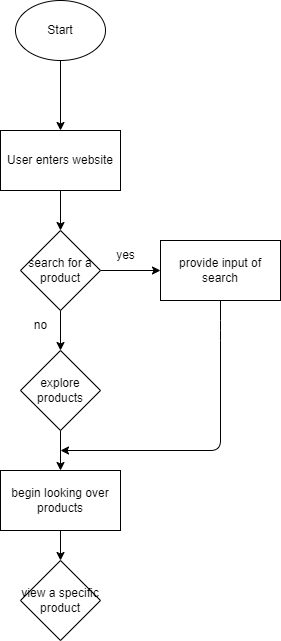
Above: explore/diagramming/diagram.drawio.png in kieraliz/sp24-cse110-lab4 (draw.io), before the change. Source tidied: cells renumbered, new cells last; positions are measured from the earlier drawing's top-left corner, leaving out a move shared by most shapes. Its diagram source:
```xml
<mxGraphModel>
  <root>
    <mxCell id="0" />
    <mxCell id="1" parent="0" />
    <mxCell id="2" style="edgeStyle=none;html=1;exitX=0.5;exitY=1;exitDx=0;exitDy=0;entryX=0.5;entryY=0;entryDx=0;entryDy=0;" parent="1" edge="1" source="3" target="5">
      <mxGeometry relative="1" as="geometry" />
    </mxCell>
    <mxCell id="3" value="Start" style="ellipse;whiteSpace=wrap;html=1;" parent="1" vertex="1">
      <mxGeometry x="15" width="90" height="60" as="geometry" />
    </mxCell>
    <mxCell id="4" style="edgeStyle=none;html=1;exitX=0.5;exitY=1;exitDx=0;exitDy=0;entryX=0.5;entryY=0;entryDx=0;entryDy=0;" parent="1" edge="1" source="5" target="8">
      <mxGeometry relative="1" as="geometry" />
    </mxCell>
    <mxCell id="5" value="User enters website" style="rounded=0;whiteSpace=wrap;html=1;" parent="1" vertex="1">
      <mxGeometry y="130" width="120" height="60" as="geometry" />
    </mxCell>
    <mxCell id="6" style="edgeStyle=none;html=1;exitX=0.5;exitY=1;exitDx=0;exitDy=0;entryX=0.5;entryY=0;entryDx=0;entryDy=0;" parent="1" edge="1" source="8" target="10">
      <mxGeometry relative="1" as="geometry" />
    </mxCell>
    <mxCell id="7" style="edgeStyle=none;html=1;exitX=1;exitY=0.5;exitDx=0;exitDy=0;entryX=0;entryY=0.5;entryDx=0;entryDy=0;" parent="1" edge="1" source="8" target="12">
      <mxGeometry relative="1" as="geometry" />
    </mxCell>
    <mxCell id="8" value="search for a product" style="rhombus;whiteSpace=wrap;html=1;" parent="1" vertex="1">
      <mxGeometry x="20" y="230" width="80" height="80" as="geometry" />
    </mxCell>
    <mxCell id="9" style="edgeStyle=none;html=1;exitX=0.5;exitY=1;exitDx=0;exitDy=0;entryX=0.5;entryY=0;entryDx=0;entryDy=0;" parent="1" edge="1" source="10" target="15">
      <mxGeometry relative="1" as="geometry" />
    </mxCell>
    <mxCell id="10" value="explore products" style="rhombus;whiteSpace=wrap;html=1;" parent="1" vertex="1">
      <mxGeometry x="20" y="350" width="80" height="80" as="geometry" />
    </mxCell>
    <mxCell id="11" style="edgeStyle=none;html=1;exitX=0.5;exitY=1;exitDx=0;exitDy=0;" parent="1" edge="1" source="12">
      <mxGeometry relative="1" as="geometry">
        <mxPoint x="60" y="450" as="targetPoint" />
        <Array as="points">
          <mxPoint x="220" y="330" />
          <mxPoint x="220" y="450" />
        </Array>
      </mxGeometry>
    </mxCell>
    <mxCell id="12" value="provide input of search" style="rounded=0;whiteSpace=wrap;html=1;" parent="1" vertex="1">
      <mxGeometry x="160" y="240" width="120" height="60" as="geometry" />
    </mxCell>
    <mxCell id="13" value="yes" style="text;html=1;align=center;verticalAlign=middle;strokeColor=none;fillColor=none;" parent="1" vertex="1">
      <mxGeometry x="105" y="240" width="40" height="30" as="geometry" />
    </mxCell>
    <mxCell id="14" style="edgeStyle=none;html=1;exitX=0.5;exitY=1;exitDx=0;exitDy=0;entryX=0.5;entryY=0;entryDx=0;entryDy=0;" parent="1" edge="1" source="15" target="16">
      <mxGeometry relative="1" as="geometry" />
    </mxCell>
    <mxCell id="15" value="begin looking over products" style="rounded=0;whiteSpace=wrap;html=1;" parent="1" vertex="1">
      <mxGeometry y="470" width="120" height="60" as="geometry" />
    </mxCell>
    <mxCell id="16" value="view a specific product" style="rhombus;whiteSpace=wrap;html=1;" parent="1" vertex="1">
      <mxGeometry x="20" y="560" width="80" height="80" as="geometry" />
    </mxCell>
    <mxCell id="17" value="no" style="text;html=1;align=center;verticalAlign=middle;strokeColor=none;fillColor=none;" parent="1" vertex="1">
      <mxGeometry x="20" y="310" width="40" height="30" as="geometry" />
    </mxCell>
  </root>
</mxGraphModel>
```
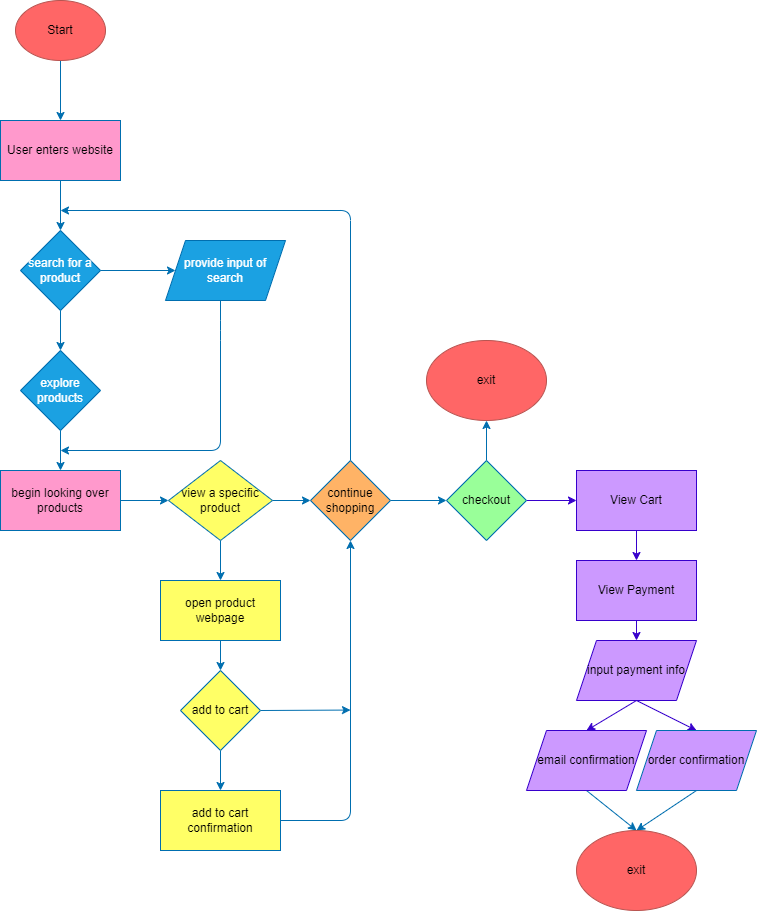
Above is the later version.

Diff of the diagram source:
```diff
@@ -2,35 +2,36 @@
   <root>
     <mxCell id="0" />
     <mxCell id="1" parent="0" />
-    <mxCell id="2" style="edgeStyle=none;html=1;exitX=0.5;exitY=1;exitDx=0;exitDy=0;entryX=0.5;entryY=0;entryDx=0;entryDy=0;" parent="1" edge="1" source="3" target="5">
+    <mxCell id="2" style="edgeStyle=none;html=1;exitX=0.5;exitY=1;exitDx=0;exitDy=0;entryX=0.5;entryY=0;entryDx=0;entryDy=0;fillColor=#1ba1e2;strokeColor=#006EAF;" parent="1" edge="1" source="3" target="5">
       <mxGeometry relative="1" as="geometry" />
     </mxCell>
-    <mxCell id="3" value="Start" style="ellipse;whiteSpace=wrap;html=1;" parent="1" vertex="1">
+    <mxCell id="3" value="Start" style="ellipse;whiteSpace=wrap;html=1;fillColor=#FF6666;strokeColor=#b85450;fontColor=#000000;" parent="1" vertex="1">
       <mxGeometry x="15" width="90" height="60" as="geometry" />
     </mxCell>
-    <mxCell id="4" style="edgeStyle=none;html=1;exitX=0.5;exitY=1;exitDx=0;exitDy=0;entryX=0.5;entryY=0;entryDx=0;entryDy=0;" parent="1" edge="1" source="5" target="8">
+    <mxCell id="4" style="edgeStyle=none;html=1;exitX=0.5;exitY=1;exitDx=0;exitDy=0;entryX=0.5;entryY=0;entryDx=0;entryDy=0;fillColor=#1ba1e2;strokeColor=#006EAF;" parent="1" edge="1" source="5" target="8">
       <mxGeometry relative="1" as="geometry" />
     </mxCell>
-    <mxCell id="5" value="User enters website" style="rounded=0;whiteSpace=wrap;html=1;" parent="1" vertex="1">
-      <mxGeometry y="130" width="120" height="60" as="geometry" />
+    <mxCell id="5" value="User enters website" style="rounded=0;whiteSpace=wrap;html=1;fillColor=#FF99CC;fontColor=#000000;strokeColor=#006EAF;" parent="1" vertex="1">
+      <mxGeometry y="120" width="120" height="60" as="geometry" />
     </mxCell>
-    <mxCell id="6" style="edgeStyle=none;html=1;exitX=0.5;exitY=1;exitDx=0;exitDy=0;entryX=0.5;entryY=0;entryDx=0;entryDy=0;" parent="1" edge="1" source="8" target="10">
+    <mxCell id="6" style="edgeStyle=none;html=1;exitX=0.5;exitY=1;exitDx=0;exitDy=0;entryX=0.5;entryY=0;entryDx=0;entryDy=0;fillColor=#1ba1e2;strokeColor=#006EAF;" parent="1" edge="1" source="8" target="10">
       <mxGeometry relative="1" as="geometry" />
     </mxCell>
-    <mxCell id="7" style="edgeStyle=none;html=1;exitX=1;exitY=0.5;exitDx=0;exitDy=0;entryX=0;entryY=0.5;entryDx=0;entryDy=0;" parent="1" edge="1" source="8" target="12">
+    <mxCell id="7" style="edgeStyle=none;html=1;exitX=1;exitY=0.5;exitDx=0;exitDy=0;entryX=0;entryY=0.5;entryDx=0;entryDy=0;fillColor=#1ba1e2;strokeColor=#006EAF;" parent="1" edge="1" source="8" target="12">
       <mxGeometry relative="1" as="geometry" />
     </mxCell>
-    <mxCell id="8" value="search for a product" style="rhombus;whiteSpace=wrap;html=1;" parent="1" vertex="1">
+    <mxCell id="8" value="search for a product" style="rhombus;whiteSpace=wrap;html=1;fillColor=#1ba1e2;fontColor=#ffffff;strokeColor=#006EAF;" parent="1" vertex="1">
       <mxGeometry x="20" y="230" width="80" height="80" as="geometry" />
     </mxCell>
-    <mxCell id="9" style="edgeStyle=none;html=1;exitX=0.5;exitY=1;exitDx=0;exitDy=0;entryX=0.5;entryY=0;entryDx=0;entryDy=0;" parent="1" edge="1" source="10" target="15">
+    <mxCell id="9" style="edgeStyle=none;html=1;exitX=0.5;exitY=1;exitDx=0;exitDy=0;entryX=0.5;entryY=0;entryDx=0;entryDy=0;fillColor=#1ba1e2;strokeColor=#006EAF;" parent="1" edge="1" source="10" target="15">
       <mxGeometry relative="1" as="geometry" />
     </mxCell>
-    <mxCell id="10" value="explore products" style="rhombus;whiteSpace=wrap;html=1;" parent="1" vertex="1">
+    <mxCell id="10" value="explore products" style="rhombus;whiteSpace=wrap;html=1;fillColor=#1ba1e2;fontColor=#ffffff;strokeColor=#006EAF;" parent="1" vertex="1">
       <mxGeometry x="20" y="350" width="80" height="80" as="geometry" />
     </mxCell>
-    <mxCell id="11" style="edgeStyle=none;html=1;exitX=0.5;exitY=1;exitDx=0;exitDy=0;" parent="1" edge="1" source="12">
+    <mxCell id="11" style="edgeStyle=none;html=1;exitX=0.5;exitY=1;exitDx=0;exitDy=0;fillColor=#1ba1e2;strokeColor=#006EAF;" parent="1" edge="1">
       <mxGeometry relative="1" as="geometry">
+        <mxPoint x="220" y="300" as="sourcePoint" />
         <mxPoint x="60" y="450" as="targetPoint" />
         <Array as="points">
           <mxPoint x="220" y="330" />
@@ -38,23 +39,144 @@
         </Array>
       </mxGeometry>
     </mxCell>
-    <mxCell id="12" value="provide input of search" style="rounded=0;whiteSpace=wrap;html=1;" parent="1" vertex="1">
-      <mxGeometry x="160" y="240" width="120" height="60" as="geometry" />
-    </mxCell>
-    <mxCell id="13" value="yes" style="text;html=1;align=center;verticalAlign=middle;strokeColor=none;fillColor=none;" parent="1" vertex="1">
-      <mxGeometry x="105" y="240" width="40" height="30" as="geometry" />
+    <mxCell id="13" value="yes" style="text;html=1;align=center;verticalAlign=middle;strokeColor=none;fillColor=none;fontColor=#ffffff;" parent="1" vertex="1">
+      <mxGeometry x="116" y="238" width="40" height="30" as="geometry" />
     </mxCell>
-    <mxCell id="14" style="edgeStyle=none;html=1;exitX=0.5;exitY=1;exitDx=0;exitDy=0;entryX=0.5;entryY=0;entryDx=0;entryDy=0;" parent="1" edge="1" source="15" target="16">
+    <mxCell id="14" style="edgeStyle=none;html=1;exitX=1;exitY=0.5;exitDx=0;exitDy=0;entryX=0;entryY=0.5;entryDx=0;entryDy=0;fillColor=#1ba1e2;strokeColor=#006EAF;" parent="1" edge="1" source="15" target="16">
       <mxGeometry relative="1" as="geometry" />
     </mxCell>
-    <mxCell id="15" value="begin looking over products" style="rounded=0;whiteSpace=wrap;html=1;" parent="1" vertex="1">
+    <mxCell id="15" value="begin looking over products" style="rounded=0;whiteSpace=wrap;html=1;fillColor=#FF99CC;fontColor=#000000;strokeColor=#006EAF;" parent="1" vertex="1">
       <mxGeometry y="470" width="120" height="60" as="geometry" />
     </mxCell>
+    <mxCell id="18" style="edgeStyle=none;html=1;exitX=0.5;exitY=1;exitDx=0;exitDy=0;fillColor=#1ba1e2;strokeColor=#006EAF;" parent="1" edge="1" source="16" target="21">
+      <mxGeometry relative="1" as="geometry" />
+    </mxCell>
+    <mxCell id="19" style="edgeStyle=none;html=1;exitX=1;exitY=0.5;exitDx=0;exitDy=0;entryX=0;entryY=0.5;entryDx=0;entryDy=0;fillColor=#1ba1e2;strokeColor=#006EAF;" parent="1" edge="1" source="16" target="42">
+      <mxGeometry relative="1" as="geometry" />
+    </mxCell>
-    <mxCell id="16" value="view a specific product" style="rhombus;whiteSpace=wrap;html=1;" parent="1" vertex="1">
-      <mxGeometry x="20" y="560" width="80" height="80" as="geometry" />
+    <mxCell id="16" value="view a specific product" style="rhombus;whiteSpace=wrap;html=1;fillColor=#FFFF66;fontColor=#000000;strokeColor=#006EAF;" parent="1" vertex="1">
+      <mxGeometry x="168" y="460" width="104" height="80" as="geometry" />
     </mxCell>
-    <mxCell id="17" value="no" style="text;html=1;align=center;verticalAlign=middle;strokeColor=none;fillColor=none;" parent="1" vertex="1">
+    <mxCell id="17" value="no" style="text;html=1;align=center;verticalAlign=middle;strokeColor=none;fillColor=none;fontColor=#ffffff;" parent="1" vertex="1">
       <mxGeometry x="20" y="310" width="40" height="30" as="geometry" />
     </mxCell>
+    <mxCell id="20" style="edgeStyle=none;html=1;exitX=0.5;exitY=1;exitDx=0;exitDy=0;entryX=0.5;entryY=0;entryDx=0;entryDy=0;fillColor=#1ba1e2;strokeColor=#006EAF;" parent="1" edge="1" source="21" target="46">
+      <mxGeometry relative="1" as="geometry" />
+    </mxCell>
+    <mxCell id="21" value="open product webpage" style="rounded=0;whiteSpace=wrap;html=1;fillColor=#FFFF66;fontColor=#000000;strokeColor=#006EAF;" parent="1" vertex="1">
+      <mxGeometry x="160" y="580" width="120" height="60" as="geometry" />
+    </mxCell>
+    <mxCell id="22" style="edgeStyle=none;html=1;exitX=0.5;exitY=0;exitDx=0;exitDy=0;entryX=0.5;entryY=1;entryDx=0;entryDy=0;fillColor=#1ba1e2;strokeColor=#006EAF;" parent="1" edge="1" source="24" target="25">
+      <mxGeometry relative="1" as="geometry" />
+    </mxCell>
+    <mxCell id="23" style="edgeStyle=none;html=1;exitX=1;exitY=0.5;exitDx=0;exitDy=0;entryX=0;entryY=0.5;entryDx=0;entryDy=0;fillColor=#CC99FF;strokeColor=#3700CC;fontColor=#000000;" parent="1" edge="1" source="24" target="28">
+      <mxGeometry relative="1" as="geometry" />
+    </mxCell>
+    <mxCell id="24" value="checkout" style="rhombus;whiteSpace=wrap;html=1;fillColor=#99FF99;fontColor=#000000;strokeColor=#006EAF;" parent="1" vertex="1">
+      <mxGeometry x="446" y="460" width="80" height="80" as="geometry" />
+    </mxCell>
+    <mxCell id="25" value="exit" style="ellipse;whiteSpace=wrap;html=1;fillColor=#FF6666;shadow=0;strokeColor=#b85450;fontColor=#000000;" parent="1" vertex="1">
+      <mxGeometry x="426" y="340" width="120" height="80" as="geometry" />
+    </mxCell>
+    <mxCell id="26" value="no" style="text;html=1;align=center;verticalAlign=middle;strokeColor=none;fillColor=none;fontColor=#ffffff;" parent="1" vertex="1">
+      <mxGeometry x="445" y="430" width="40" height="30" as="geometry" />
+    </mxCell>
+    <mxCell id="27" style="edgeStyle=none;html=1;exitX=0.5;exitY=1;exitDx=0;exitDy=0;entryX=0.5;entryY=0;entryDx=0;entryDy=0;fillColor=#CC99FF;strokeColor=#3700CC;fontColor=#000000;" parent="1" edge="1" source="28" target="31">
+      <mxGeometry relative="1" as="geometry" />
+    </mxCell>
+    <mxCell id="28" value="View Cart" style="rounded=0;whiteSpace=wrap;html=1;fillColor=#CC99FF;fontColor=#000000;strokeColor=#3700CC;" parent="1" vertex="1">
+      <mxGeometry x="576" y="470" width="120" height="60" as="geometry" />
+    </mxCell>
+    <mxCell id="29" value="yes" style="text;align=center;verticalAlign=middle;strokeColor=none;fillColor=none;fontColor=#FFFFFF;" parent="1" vertex="1">
+      <mxGeometry x="526" y="467" width="40" height="30" as="geometry" />
+    </mxCell>
+    <mxCell id="30" style="edgeStyle=none;html=1;entryX=0.5;entryY=0;entryDx=0;entryDy=0;fillColor=#CC99FF;strokeColor=#3700CC;fontColor=#000000;" parent="1" edge="1" source="31">
+      <mxGeometry relative="1" as="geometry">
+        <mxPoint x="636" y="640" as="targetPoint" />
+      </mxGeometry>
+    </mxCell>
+    <mxCell id="31" value="View Payment" style="rounded=0;whiteSpace=wrap;html=1;fillColor=#CC99FF;fontColor=#000000;strokeColor=#3700CC;" parent="1" vertex="1">
+      <mxGeometry x="576" y="560" width="120" height="60" as="geometry" />
+    </mxCell>
+    <mxCell id="32" style="edgeStyle=none;html=1;exitX=0.5;exitY=1;exitDx=0;exitDy=0;entryX=0.5;entryY=0;entryDx=0;entryDy=0;fillColor=#CC99FF;strokeColor=#3700CC;fontColor=#000000;" parent="1" edge="1" source="34" target="38">
+      <mxGeometry relative="1" as="geometry" />
+    </mxCell>
+    <mxCell id="33" style="edgeStyle=none;html=1;exitX=0.5;exitY=1;exitDx=0;exitDy=0;entryX=0.5;entryY=0;entryDx=0;entryDy=0;fillColor=#CC99FF;strokeColor=#3700CC;fontColor=#000000;" parent="1" edge="1" source="34" target="36">
+      <mxGeometry relative="1" as="geometry" />
+    </mxCell>
+    <mxCell id="34" value="input payment info" style="shape=parallelogram;perimeter=parallelogramPerimeter;whiteSpace=wrap;html=1;fixedSize=1;fillColor=#CC99FF;fontColor=#000000;strokeColor=#3700CC;" parent="1" vertex="1">
+      <mxGeometry x="576" y="640" width="120" height="60" as="geometry" />
+    </mxCell>
+    <mxCell id="35" style="edgeStyle=none;html=1;exitX=0.5;exitY=1;exitDx=0;exitDy=0;entryX=0.5;entryY=0;entryDx=0;entryDy=0;fillColor=#1ba1e2;strokeColor=#006EAF;" parent="1" edge="1" source="36" target="39">
+      <mxGeometry relative="1" as="geometry" />
+    </mxCell>
+    <mxCell id="36" value="email confirmation" style="shape=parallelogram;perimeter=parallelogramPerimeter;whiteSpace=wrap;html=1;fixedSize=1;fillColor=#CC99FF;fontColor=#000000;strokeColor=#3700CC;" parent="1" vertex="1">
+      <mxGeometry x="526" y="730" width="120" height="60" as="geometry" />
+    </mxCell>
+    <mxCell id="37" style="edgeStyle=none;html=1;exitX=0.5;exitY=1;exitDx=0;exitDy=0;entryX=0.5;entryY=0;entryDx=0;entryDy=0;fillColor=#1ba1e2;strokeColor=#006EAF;" parent="1" edge="1" source="38" target="39">
+      <mxGeometry relative="1" as="geometry" />
+    </mxCell>
+    <mxCell id="38" value="order confirmation" style="shape=parallelogram;perimeter=parallelogramPerimeter;whiteSpace=wrap;html=1;fixedSize=1;fillColor=#CC99FF;fontColor=#000000;strokeColor=#006EAF;" parent="1" vertex="1">
+      <mxGeometry x="636" y="730" width="120" height="60" as="geometry" />
+    </mxCell>
+    <mxCell id="39" value="exit" style="ellipse;whiteSpace=wrap;html=1;fillColor=#FF6666;strokeColor=#b85450;fontColor=#000000;" parent="1" vertex="1">
+      <mxGeometry x="576" y="830" width="120" height="80" as="geometry" />
+    </mxCell>
+    <mxCell id="40" style="edgeStyle=none;html=1;exitX=1;exitY=0.5;exitDx=0;exitDy=0;entryX=0;entryY=0.5;entryDx=0;entryDy=0;fillColor=#1ba1e2;strokeColor=#006EAF;" parent="1" edge="1" source="42" target="24">
+      <mxGeometry relative="1" as="geometry" />
+    </mxCell>
+    <mxCell id="41" style="edgeStyle=none;html=1;exitX=0.5;exitY=0;exitDx=0;exitDy=0;fillColor=#1ba1e2;strokeColor=#006EAF;" parent="1" edge="1" source="42">
+      <mxGeometry relative="1" as="geometry">
+        <mxPoint x="60" y="210" as="targetPoint" />
+        <Array as="points">
+          <mxPoint x="350" y="210" />
+        </Array>
+      </mxGeometry>
+    </mxCell>
+    <mxCell id="42" value="continue shopping" style="rhombus;whiteSpace=wrap;html=1;fillColor=#FFB366;fontColor=#000000;strokeColor=#006EAF;" parent="1" vertex="1">
+      <mxGeometry x="310" y="460" width="80" height="80" as="geometry" />
+    </mxCell>
+    <mxCell id="43" value="yes" style="text;html=1;align=center;verticalAlign=middle;strokeColor=none;fillColor=none;fontColor=#ffffff;" parent="1" vertex="1">
+      <mxGeometry x="180" y="540" width="40" height="30" as="geometry" />
+    </mxCell>
+    <mxCell id="44" style="edgeStyle=none;html=1;exitX=0.5;exitY=1;exitDx=0;exitDy=0;entryX=0.5;entryY=0;entryDx=0;entryDy=0;fillColor=#1ba1e2;strokeColor=#006EAF;" parent="1" edge="1" source="46" target="48">
+      <mxGeometry relative="1" as="geometry" />
+    </mxCell>
+    <mxCell id="45" style="edgeStyle=none;html=1;exitX=1;exitY=0.5;exitDx=0;exitDy=0;fillColor=#1ba1e2;strokeColor=#006EAF;" parent="1" edge="1" source="46">
+      <mxGeometry relative="1" as="geometry">
+        <mxPoint x="350" y="709.6" as="targetPoint" />
+      </mxGeometry>
+    </mxCell>
+    <mxCell id="46" value="add to cart" style="rhombus;whiteSpace=wrap;html=1;fillColor=#FFFF66;fontColor=#000000;strokeColor=#006EAF;" parent="1" vertex="1">
+      <mxGeometry x="180" y="670" width="80" height="80" as="geometry" />
+    </mxCell>
+    <mxCell id="47" style="edgeStyle=none;html=1;exitX=1;exitY=0.5;exitDx=0;exitDy=0;entryX=0.5;entryY=1;entryDx=0;entryDy=0;fillColor=#1ba1e2;strokeColor=#006EAF;" parent="1" edge="1" source="48" target="42">
+      <mxGeometry relative="1" as="geometry">
+        <Array as="points">
+          <mxPoint x="350" y="820" />
+        </Array>
+      </mxGeometry>
+    </mxCell>
+    <mxCell id="48" value="add to cart confirmation" style="rounded=0;whiteSpace=wrap;html=1;fillColor=#FFFF66;fontColor=#000000;strokeColor=#006EAF;" parent="1" vertex="1">
+      <mxGeometry x="160" y="790" width="120" height="60" as="geometry" />
+    </mxCell>
+    <mxCell id="49" value="yes" style="text;html=1;align=center;verticalAlign=middle;strokeColor=none;fillColor=none;fontColor=#ffffff;" parent="1" vertex="1">
+      <mxGeometry x="177" y="750" width="40" height="30" as="geometry" />
+    </mxCell>
+    <mxCell id="12" value="provide input of search" style="shape=parallelogram;perimeter=parallelogramPerimeter;whiteSpace=wrap;html=1;fixedSize=1;fillColor=#1ba1e2;fontColor=#ffffff;strokeColor=#006EAF;" parent="1" vertex="1">
+      <mxGeometry x="165" y="240" width="120" height="60" as="geometry" />
+    </mxCell>
+    <mxCell id="50" value="no" style="text;html=1;align=center;verticalAlign=middle;strokeColor=none;fillColor=none;fontColor=#ffffff;" parent="1" vertex="1">
+      <mxGeometry x="264" y="467" width="40" height="30" as="geometry" />
+    </mxCell>
+    <mxCell id="51" value="no" style="text;html=1;align=center;verticalAlign=middle;strokeColor=none;fillColor=none;fontColor=#ffffff;" parent="1" vertex="1">
+      <mxGeometry x="280" y="676" width="40" height="30" as="geometry" />
+    </mxCell>
+    <mxCell id="52" value="yes" style="text;html=1;align=center;verticalAlign=middle;strokeColor=none;fillColor=none;fontColor=#ffffff;" parent="1" vertex="1">
+      <mxGeometry x="304" y="215" width="40" height="30" as="geometry" />
+    </mxCell>
+    <mxCell id="53" value="no" style="text;html=1;align=center;verticalAlign=middle;strokeColor=none;fillColor=none;fontColor=#ffffff;" parent="1" vertex="1">
+      <mxGeometry x="390" y="468" width="40" height="30" as="geometry" />
+    </mxCell>
   </root>
 </mxGraphModel>
```
